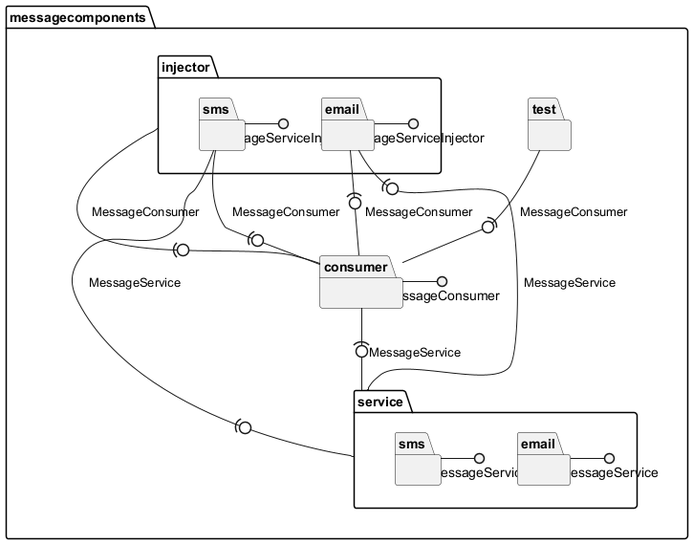
The PlantUML diagram src/component_diagram.png in Antonia123456/ComponentDiagramGenerator, before a commit.
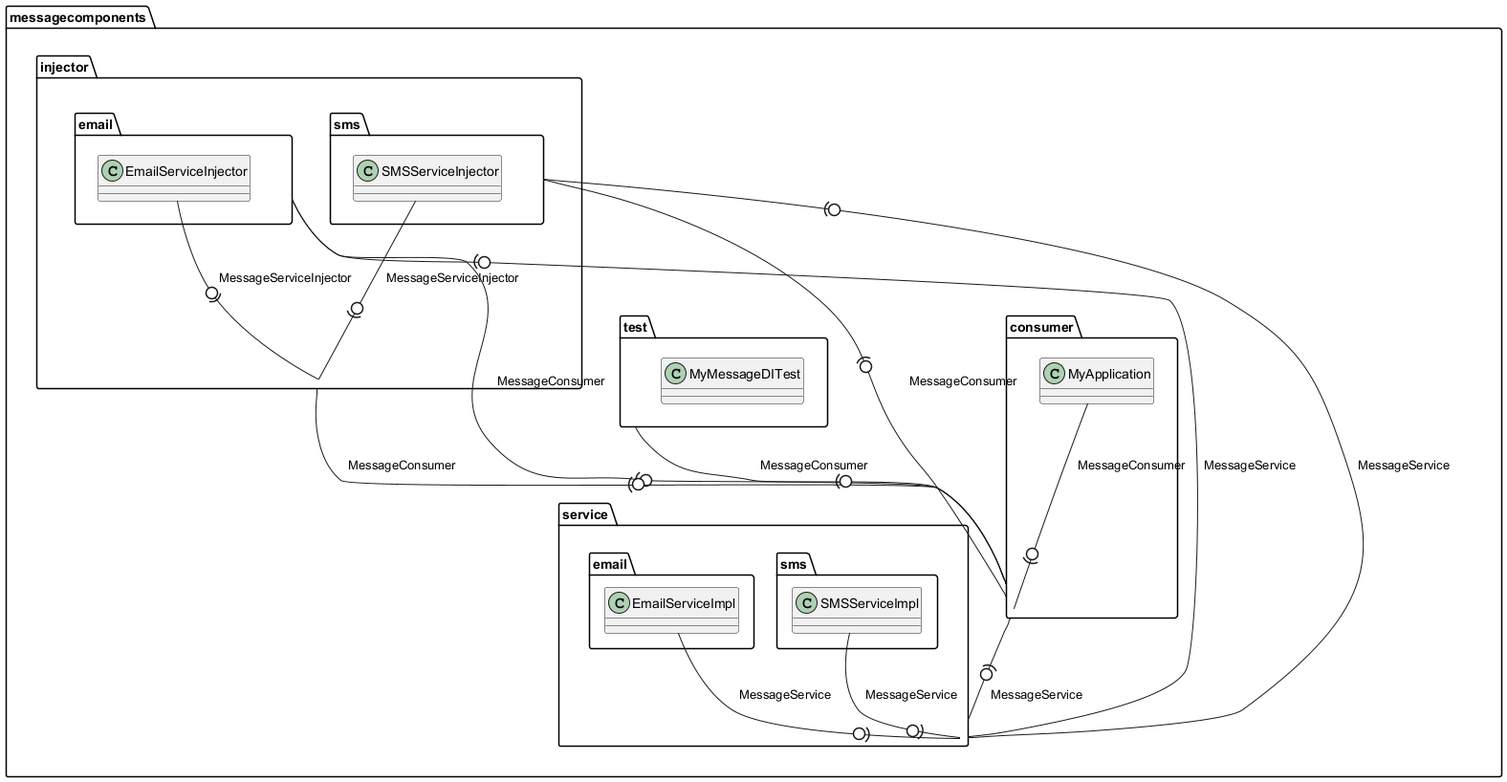
Later version of the same file.

The edit, as a diff of the source:
```diff
@@ -2,31 +2,37 @@
 package messagecomponents {
 package messagecomponents.injector {
 package messagecomponents.injector.email {
+  class messagecomponents.injector.email.EmailServiceInjector
 }
 package messagecomponents.injector.sms {
+  class messagecomponents.injector.sms.SMSServiceInjector
 }
 }
 package messagecomponents.consumer {
+  class messagecomponents.consumer.MyApplication
 }
 package messagecomponents.test {
+  class messagecomponents.test.MyMessageDITest
 }
 package messagecomponents.service {
 package messagecomponents.service.email {
+  class messagecomponents.service.email.EmailServiceImpl
 }
 package messagecomponents.service.sms {
+  class messagecomponents.service.sms.SMSServiceImpl
 }
 }
 }
-messagecomponents.service.email -() MessageService
-messagecomponents.injector.sms -() MessageServiceInjector
-messagecomponents.service.sms -() MessageService
-messagecomponents.injector.email -() MessageServiceInjector
-messagecomponents.consumer -() MessageConsumer
+messagecomponents.injector.sms.SMSServiceInjector -0)- messagecomponents.injector : "MessageServiceInjector"
+messagecomponents.injector.email.EmailServiceInjector -0)- messagecomponents.injector : "MessageServiceInjector"
+messagecomponents.service.sms.SMSServiceImpl -0)- messagecomponents.service : "MessageService"
+messagecomponents.consumer.MyApplication -0)- messagecomponents.consumer : "MessageConsumer"
+messagecomponents.service.email.EmailServiceImpl -0)- messagecomponents.service : "MessageService"
 messagecomponents.injector.sms -(0- messagecomponents.consumer : "MessageConsumer"
 messagecomponents.injector.sms -(0- messagecomponents.service : "MessageService"
-messagecomponents.test -(0- messagecomponents.consumer : "MessageConsumer"
-messagecomponents.injector -(0- messagecomponents.consumer : "MessageConsumer"
 messagecomponents.injector.email -(0- messagecomponents.consumer : "MessageConsumer"
 messagecomponents.injector.email -(0- messagecomponents.service : "MessageService"
 messagecomponents.consumer -(0- messagecomponents.service : "MessageService"
+messagecomponents.injector -(0- messagecomponents.consumer : "MessageConsumer"
+messagecomponents.test -(0- messagecomponents.consumer : "MessageConsumer"
 @enduml
```
